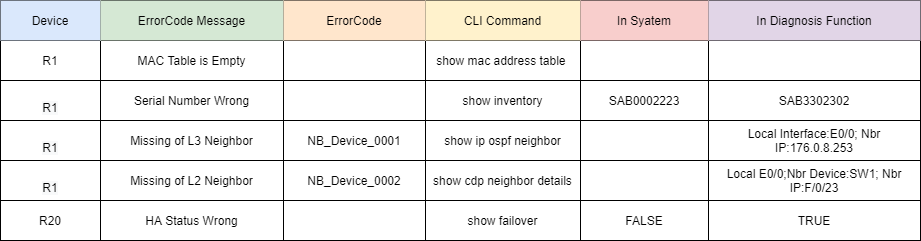
Earlier version of the draw.io export Platform Certification Guidance/images/Device Error Report.png (PlatformCertification/Certification-IEv10.0). Source tidied: cells renumbered, new cells last; positions are measured from the earlier drawing's top-left corner, leaving out a move shared by most shapes.
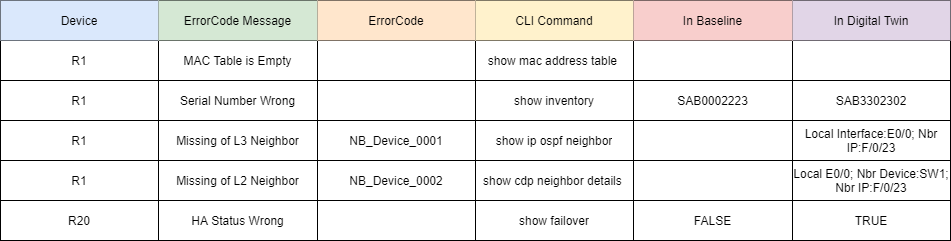
After the commit.

Commit message:
repport sample column update

The edit, as a diff of the source:
```diff
@@ -2,134 +2,134 @@
   <root>
     <mxCell id="0" />
     <mxCell id="1" parent="0" />
-    <mxCell id="2" style="shape=table;html=1;whiteSpace=wrap;startSize=0;" parent="1" vertex="1">
-      <mxGeometry width="920" height="240" as="geometry" />
-    </mxCell>
-    <mxCell id="3" style="shape=partialRectangle;html=1;whiteSpace=wrap;fillColor=none;top=0;left=0;bottom=0;right=0;" parent="2" vertex="1">
-      <mxGeometry width="920" height="40" as="geometry" />
-    </mxCell>
+    <mxCell id="45" style="shape=table;html=1;whiteSpace=wrap;startSize=0;" parent="1" vertex="1">
+      <mxGeometry x="-170" y="60" width="950" height="240" as="geometry" />
+    </mxCell>
+    <mxCell id="46" style="shape=partialRectangle;html=1;whiteSpace=wrap;fillColor=none;top=0;left=0;bottom=0;right=0;" parent="45" vertex="1">
+      <mxGeometry width="950" height="40" as="geometry" />
+    </mxCell>
-    <mxCell id="4" value="Device" style="shape=partialRectangle;html=1;whiteSpace=wrap;overflow=hidden;fillColor=#dae8fc;top=0;left=0;bottom=0;right=0;strokeColor=#6c8ebf;" parent="3" vertex="1">
-      <mxGeometry width="100" height="40" as="geometry" />
+    <mxCell id="4" value="Device" style="shape=partialRectangle;html=1;whiteSpace=wrap;overflow=hidden;fillColor=#dae8fc;top=0;left=0;bottom=0;right=0;strokeColor=#6c8ebf;" parent="46" vertex="1">
+      <mxGeometry width="158" height="40" as="geometry" />
     </mxCell>
-    <mxCell id="5" value="ErrorCode Message" style="shape=partialRectangle;html=1;whiteSpace=wrap;overflow=hidden;fillColor=#d5e8d4;top=0;left=0;bottom=0;right=0;strokeColor=#82b366;" parent="3" vertex="1">
-      <mxGeometry x="100" width="183" height="40" as="geometry" />
+    <mxCell id="5" value="ErrorCode Message" style="shape=partialRectangle;html=1;whiteSpace=wrap;overflow=hidden;fillColor=#d5e8d4;top=0;left=0;bottom=0;right=0;strokeColor=#82b366;" parent="46" vertex="1">
+      <mxGeometry x="158" width="159" height="40" as="geometry" />
     </mxCell>
-    <mxCell id="6" value="ErrorCode" style="shape=partialRectangle;html=1;whiteSpace=wrap;overflow=hidden;fillColor=#ffe6cc;top=0;left=0;bottom=0;right=0;strokeColor=#d79b00;" parent="3" vertex="1">
-      <mxGeometry x="283" width="142" height="40" as="geometry" />
+    <mxCell id="6" value="ErrorCode" style="shape=partialRectangle;html=1;whiteSpace=wrap;overflow=hidden;fillColor=#ffe6cc;top=0;left=0;bottom=0;right=0;strokeColor=#d79b00;" parent="46" vertex="1">
+      <mxGeometry x="317" width="158" height="40" as="geometry" />
     </mxCell>
-    <mxCell id="7" value="CLI Command" style="shape=partialRectangle;html=1;whiteSpace=wrap;overflow=hidden;fillColor=#fff2cc;top=0;left=0;bottom=0;right=0;strokeColor=#d6b656;" parent="3" vertex="1">
-      <mxGeometry x="425" width="155" height="40" as="geometry" />
+    <mxCell id="7" value="CLI Command" style="shape=partialRectangle;html=1;whiteSpace=wrap;overflow=hidden;fillColor=#fff2cc;top=0;left=0;bottom=0;right=0;strokeColor=#d6b656;" parent="46" vertex="1">
+      <mxGeometry x="475" width="158" height="40" as="geometry" />
     </mxCell>
-    <mxCell id="8" value="In Syatem" style="shape=partialRectangle;html=1;whiteSpace=wrap;overflow=hidden;fillColor=#f8cecc;top=0;left=0;bottom=0;right=0;strokeColor=#b85450;" parent="3" vertex="1">
-      <mxGeometry x="580" width="128" height="40" as="geometry" />
-    </mxCell>
-    <mxCell id="9" value="In Diagnosis Function" style="shape=partialRectangle;html=1;whiteSpace=wrap;overflow=hidden;fillColor=#e1d5e7;top=0;left=0;bottom=0;right=0;strokeColor=#9673a6;" parent="3" vertex="1">
-      <mxGeometry x="708" width="212" height="40" as="geometry" />
-    </mxCell>
-    <mxCell id="10" style="shape=partialRectangle;html=1;whiteSpace=wrap;fillColor=none;top=0;left=0;bottom=0;right=0;" parent="2" vertex="1">
-      <mxGeometry y="40" width="920" height="40" as="geometry" />
-    </mxCell>
-    <mxCell id="11" value="R1" style="shape=partialRectangle;html=1;whiteSpace=wrap;overflow=hidden;fillColor=none;top=0;left=0;bottom=0;right=0;" parent="10" vertex="1">
-      <mxGeometry width="100" height="40" as="geometry" />
-    </mxCell>
+    <mxCell id="47" value="In Baseline" style="shape=partialRectangle;html=1;whiteSpace=wrap;overflow=hidden;fillColor=#f8cecc;top=0;left=0;bottom=0;right=0;strokeColor=#b85450;" parent="46" vertex="1">
+      <mxGeometry x="633" width="159" height="40" as="geometry" />
+    </mxCell>
+    <mxCell id="48" value="In Digital Twin" style="shape=partialRectangle;html=1;whiteSpace=wrap;overflow=hidden;fillColor=#e1d5e7;top=0;left=0;bottom=0;right=0;strokeColor=#9673a6;" parent="46" vertex="1">
+      <mxGeometry x="792" width="158" height="40" as="geometry" />
+    </mxCell>
+    <mxCell id="49" style="shape=partialRectangle;html=1;whiteSpace=wrap;fillColor=none;top=0;left=0;bottom=0;right=0;" parent="45" vertex="1">
+      <mxGeometry y="40" width="950" height="40" as="geometry" />
+    </mxCell>
+    <mxCell id="50" value="R1" style="shape=partialRectangle;html=1;whiteSpace=wrap;overflow=hidden;fillColor=none;top=0;left=0;bottom=0;right=0;" parent="49" vertex="1">
+      <mxGeometry width="158" height="40" as="geometry" />
+    </mxCell>
-    <mxCell id="12" value="MAC Table is Empty" style="shape=partialRectangle;html=1;whiteSpace=wrap;overflow=hidden;fillColor=none;top=0;left=0;bottom=0;right=0;" parent="10" vertex="1">
-      <mxGeometry x="100" width="183" height="40" as="geometry" />
+    <mxCell id="12" value="MAC Table is Empty" style="shape=partialRectangle;html=1;whiteSpace=wrap;overflow=hidden;fillColor=none;top=0;left=0;bottom=0;right=0;" parent="49" vertex="1">
+      <mxGeometry x="158" width="159" height="40" as="geometry" />
     </mxCell>
-    <mxCell id="13" style="shape=partialRectangle;html=1;whiteSpace=wrap;overflow=hidden;fillColor=none;top=0;left=0;bottom=0;right=0;" parent="10" vertex="1">
-      <mxGeometry x="283" width="142" height="40" as="geometry" />
-    </mxCell>
+    <mxCell id="51" style="shape=partialRectangle;html=1;whiteSpace=wrap;overflow=hidden;fillColor=none;top=0;left=0;bottom=0;right=0;" parent="49" vertex="1">
+      <mxGeometry x="317" width="158" height="40" as="geometry" />
+    </mxCell>
-    <mxCell id="14" value="show mac address table&amp;nbsp;" style="shape=partialRectangle;html=1;whiteSpace=wrap;overflow=hidden;fillColor=none;top=0;left=0;bottom=0;right=0;" parent="10" vertex="1">
-      <mxGeometry x="425" width="155" height="40" as="geometry" />
+    <mxCell id="14" value="show mac address table&amp;nbsp;" style="shape=partialRectangle;html=1;whiteSpace=wrap;overflow=hidden;fillColor=none;top=0;left=0;bottom=0;right=0;" parent="49" vertex="1">
+      <mxGeometry x="475" width="158" height="40" as="geometry" />
     </mxCell>
-    <mxCell id="15" style="shape=partialRectangle;html=1;whiteSpace=wrap;overflow=hidden;fillColor=none;top=0;left=0;bottom=0;right=0;" parent="10" vertex="1">
-      <mxGeometry x="580" width="128" height="40" as="geometry" />
-    </mxCell>
-    <mxCell id="16" style="shape=partialRectangle;html=1;whiteSpace=wrap;overflow=hidden;fillColor=none;top=0;left=0;bottom=0;right=0;" parent="10" vertex="1">
-      <mxGeometry x="708" width="212" height="40" as="geometry" />
-    </mxCell>
-    <mxCell id="17" style="shape=partialRectangle;html=1;whiteSpace=wrap;fillColor=none;top=0;left=0;bottom=0;right=0;" parent="2" vertex="1">
-      <mxGeometry y="80" width="920" height="40" as="geometry" />
-    </mxCell>
-    <mxCell id="18" value="&lt;br&gt;&lt;span style=&quot;color: rgb(0 , 0 , 0) ; font-family: &amp;#34;helvetica&amp;#34; ; font-size: 12px ; font-style: normal ; font-weight: 400 ; letter-spacing: normal ; text-align: center ; text-indent: 0px ; text-transform: none ; word-spacing: 0px ; background-color: rgb(248 , 249 , 250) ; display: inline ; float: none&quot;&gt;R1&lt;/span&gt;&lt;br&gt;" style="shape=partialRectangle;html=1;whiteSpace=wrap;overflow=hidden;fillColor=none;top=0;left=0;bottom=0;right=0;" parent="17" vertex="1">
-      <mxGeometry width="100" height="40" as="geometry" />
-    </mxCell>
+    <mxCell id="52" style="shape=partialRectangle;html=1;whiteSpace=wrap;overflow=hidden;fillColor=none;top=0;left=0;bottom=0;right=0;" parent="49" vertex="1">
+      <mxGeometry x="633" width="159" height="40" as="geometry" />
+    </mxCell>
+    <mxCell id="53" style="shape=partialRectangle;html=1;whiteSpace=wrap;overflow=hidden;fillColor=none;top=0;left=0;bottom=0;right=0;" parent="49" vertex="1">
+      <mxGeometry x="792" width="158" height="40" as="geometry" />
+    </mxCell>
+    <mxCell id="54" style="shape=partialRectangle;html=1;whiteSpace=wrap;fillColor=none;top=0;left=0;bottom=0;right=0;" parent="45" vertex="1">
+      <mxGeometry y="80" width="950" height="40" as="geometry" />
+    </mxCell>
+    <mxCell id="55" value="R1" style="shape=partialRectangle;html=1;whiteSpace=wrap;overflow=hidden;fillColor=none;top=0;left=0;bottom=0;right=0;" parent="54" vertex="1">
+      <mxGeometry width="158" height="40" as="geometry" />
+    </mxCell>
-    <mxCell id="19" value="Serial Number Wrong" style="shape=partialRectangle;html=1;whiteSpace=wrap;overflow=hidden;fillColor=none;top=0;left=0;bottom=0;right=0;" parent="17" vertex="1">
-      <mxGeometry x="100" width="183" height="40" as="geometry" />
+    <mxCell id="19" value="Serial Number Wrong" style="shape=partialRectangle;html=1;whiteSpace=wrap;overflow=hidden;fillColor=none;top=0;left=0;bottom=0;right=0;" parent="54" vertex="1">
+      <mxGeometry x="158" width="159" height="40" as="geometry" />
     </mxCell>
-    <mxCell id="20" style="shape=partialRectangle;html=1;whiteSpace=wrap;overflow=hidden;fillColor=none;top=0;left=0;bottom=0;right=0;" parent="17" vertex="1">
-      <mxGeometry x="283" width="142" height="40" as="geometry" />
-    </mxCell>
+    <mxCell id="56" style="shape=partialRectangle;html=1;whiteSpace=wrap;overflow=hidden;fillColor=none;top=0;left=0;bottom=0;right=0;" parent="54" vertex="1">
+      <mxGeometry x="317" width="158" height="40" as="geometry" />
+    </mxCell>
-    <mxCell id="21" value="show inventory" style="shape=partialRectangle;html=1;whiteSpace=wrap;overflow=hidden;fillColor=none;top=0;left=0;bottom=0;right=0;" parent="17" vertex="1">
-      <mxGeometry x="425" width="155" height="40" as="geometry" />
+    <mxCell id="21" value="show inventory" style="shape=partialRectangle;html=1;whiteSpace=wrap;overflow=hidden;fillColor=none;top=0;left=0;bottom=0;right=0;" parent="54" vertex="1">
+      <mxGeometry x="475" width="158" height="40" as="geometry" />
     </mxCell>
-    <mxCell id="22" value="SAB0002223" style="shape=partialRectangle;html=1;whiteSpace=wrap;overflow=hidden;fillColor=none;top=0;left=0;bottom=0;right=0;" parent="17" vertex="1">
-      <mxGeometry x="580" width="128" height="40" as="geometry" />
+    <mxCell id="22" value="SAB0002223" style="shape=partialRectangle;html=1;whiteSpace=wrap;overflow=hidden;fillColor=none;top=0;left=0;bottom=0;right=0;" parent="54" vertex="1">
+      <mxGeometry x="633" width="159" height="40" as="geometry" />
     </mxCell>
-    <mxCell id="23" value="SAB3302302" style="shape=partialRectangle;html=1;whiteSpace=wrap;overflow=hidden;fillColor=none;top=0;left=0;bottom=0;right=0;" parent="17" vertex="1">
-      <mxGeometry x="708" width="212" height="40" as="geometry" />
+    <mxCell id="23" value="SAB3302302" style="shape=partialRectangle;html=1;whiteSpace=wrap;overflow=hidden;fillColor=none;top=0;left=0;bottom=0;right=0;" parent="54" vertex="1">
+      <mxGeometry x="792" width="158" height="40" as="geometry" />
     </mxCell>
-    <mxCell id="24" style="shape=partialRectangle;html=1;whiteSpace=wrap;fillColor=none;top=0;left=0;bottom=0;right=0;" parent="2" vertex="1">
-      <mxGeometry y="120" width="920" height="40" as="geometry" />
-    </mxCell>
-    <mxCell id="25" value="&lt;br&gt;&lt;span style=&quot;color: rgb(0 , 0 , 0) ; font-family: &amp;#34;helvetica&amp;#34; ; font-size: 12px ; font-style: normal ; font-weight: 400 ; letter-spacing: normal ; text-align: center ; text-indent: 0px ; text-transform: none ; word-spacing: 0px ; background-color: rgb(248 , 249 , 250) ; display: inline ; float: none&quot;&gt;R1&lt;/span&gt;&lt;br&gt;" style="shape=partialRectangle;html=1;whiteSpace=wrap;overflow=hidden;fillColor=none;top=0;left=0;bottom=0;right=0;" parent="24" vertex="1">
-      <mxGeometry width="100" height="40" as="geometry" />
-    </mxCell>
+    <mxCell id="57" style="shape=partialRectangle;html=1;whiteSpace=wrap;fillColor=none;top=0;left=0;bottom=0;right=0;" parent="45" vertex="1">
+      <mxGeometry y="120" width="950" height="40" as="geometry" />
+    </mxCell>
+    <mxCell id="58" value="R1" style="shape=partialRectangle;html=1;whiteSpace=wrap;overflow=hidden;fillColor=none;top=0;left=0;bottom=0;right=0;" parent="57" vertex="1">
+      <mxGeometry width="158" height="40" as="geometry" />
+    </mxCell>
-    <mxCell id="26" value="Missing of L3 Neighbor" style="shape=partialRectangle;html=1;whiteSpace=wrap;overflow=hidden;fillColor=none;top=0;left=0;bottom=0;right=0;" parent="24" vertex="1">
-      <mxGeometry x="100" width="183" height="40" as="geometry" />
+    <mxCell id="26" value="Missing of L3 Neighbor" style="shape=partialRectangle;html=1;whiteSpace=wrap;overflow=hidden;fillColor=none;top=0;left=0;bottom=0;right=0;" parent="57" vertex="1">
+      <mxGeometry x="158" width="159" height="40" as="geometry" />
     </mxCell>
-    <mxCell id="27" value="NB_Device_0001" style="shape=partialRectangle;html=1;whiteSpace=wrap;overflow=hidden;fillColor=none;top=0;left=0;bottom=0;right=0;" parent="24" vertex="1">
-      <mxGeometry x="283" width="142" height="40" as="geometry" />
+    <mxCell id="27" value="NB_Device_0001" style="shape=partialRectangle;html=1;whiteSpace=wrap;overflow=hidden;fillColor=none;top=0;left=0;bottom=0;right=0;" parent="57" vertex="1">
+      <mxGeometry x="317" width="158" height="40" as="geometry" />
     </mxCell>
-    <mxCell id="28" value="show ip ospf neighbor" style="shape=partialRectangle;html=1;whiteSpace=wrap;overflow=hidden;fillColor=none;top=0;left=0;bottom=0;right=0;" parent="24" vertex="1">
-      <mxGeometry x="425" width="155" height="40" as="geometry" />
+    <mxCell id="28" value="show ip ospf neighbor" style="shape=partialRectangle;html=1;whiteSpace=wrap;overflow=hidden;fillColor=none;top=0;left=0;bottom=0;right=0;" parent="57" vertex="1">
+      <mxGeometry x="475" width="158" height="40" as="geometry" />
     </mxCell>
-    <mxCell id="29" style="shape=partialRectangle;html=1;whiteSpace=wrap;overflow=hidden;fillColor=none;top=0;left=0;bottom=0;right=0;" parent="24" vertex="1">
-      <mxGeometry x="580" width="128" height="40" as="geometry" />
-    </mxCell>
-    <mxCell id="30" value="Local Interface:E0/0; Nbr IP:176.0.8.253" style="shape=partialRectangle;html=1;whiteSpace=wrap;overflow=hidden;fillColor=none;top=0;left=0;bottom=0;right=0;" parent="24" vertex="1">
-      <mxGeometry x="708" width="212" height="40" as="geometry" />
-    </mxCell>
-    <mxCell id="31" style="shape=partialRectangle;html=1;whiteSpace=wrap;fillColor=none;top=0;left=0;bottom=0;right=0;" parent="2" vertex="1">
-      <mxGeometry y="160" width="920" height="40" as="geometry" />
-    </mxCell>
-    <mxCell id="32" value="&lt;br&gt;&lt;span style=&quot;color: rgb(0 , 0 , 0) ; font-family: &amp;#34;helvetica&amp;#34; ; font-size: 12px ; font-style: normal ; font-weight: 400 ; letter-spacing: normal ; text-align: center ; text-indent: 0px ; text-transform: none ; word-spacing: 0px ; background-color: rgb(248 , 249 , 250) ; display: inline ; float: none&quot;&gt;R1&lt;/span&gt;&lt;br&gt;" style="shape=partialRectangle;html=1;whiteSpace=wrap;overflow=hidden;fillColor=none;top=0;left=0;bottom=0;right=0;" parent="31" vertex="1">
-      <mxGeometry width="100" height="40" as="geometry" />
-    </mxCell>
+    <mxCell id="59" style="shape=partialRectangle;html=1;whiteSpace=wrap;overflow=hidden;fillColor=none;top=0;left=0;bottom=0;right=0;" parent="57" vertex="1">
+      <mxGeometry x="633" width="159" height="40" as="geometry" />
+    </mxCell>
+    <mxCell id="60" value="Local Interface:E0/0; Nbr IP:F/0/23" style="shape=partialRectangle;html=1;whiteSpace=wrap;overflow=hidden;fillColor=none;top=0;left=0;bottom=0;right=0;" parent="57" vertex="1">
+      <mxGeometry x="792" width="158" height="40" as="geometry" />
+    </mxCell>
+    <mxCell id="61" style="shape=partialRectangle;html=1;whiteSpace=wrap;fillColor=none;top=0;left=0;bottom=0;right=0;" parent="45" vertex="1">
+      <mxGeometry y="160" width="950" height="40" as="geometry" />
+    </mxCell>
+    <mxCell id="62" value="R1" style="shape=partialRectangle;html=1;whiteSpace=wrap;overflow=hidden;fillColor=none;top=0;left=0;bottom=0;right=0;" parent="61" vertex="1">
+      <mxGeometry width="158" height="40" as="geometry" />
+    </mxCell>
-    <mxCell id="33" value="Missing of L2 Neighbor" style="shape=partialRectangle;html=1;whiteSpace=wrap;overflow=hidden;fillColor=none;top=0;left=0;bottom=0;right=0;" parent="31" vertex="1">
-      <mxGeometry x="100" width="183" height="40" as="geometry" />
+    <mxCell id="33" value="Missing of L2 Neighbor" style="shape=partialRectangle;html=1;whiteSpace=wrap;overflow=hidden;fillColor=none;top=0;left=0;bottom=0;right=0;" parent="61" vertex="1">
+      <mxGeometry x="158" width="159" height="40" as="geometry" />
     </mxCell>
-    <mxCell id="34" value="NB_Device_0002" style="shape=partialRectangle;html=1;whiteSpace=wrap;overflow=hidden;fillColor=none;top=0;left=0;bottom=0;right=0;" parent="31" vertex="1">
-      <mxGeometry x="283" width="142" height="40" as="geometry" />
+    <mxCell id="34" value="NB_Device_0002" style="shape=partialRectangle;html=1;whiteSpace=wrap;overflow=hidden;fillColor=none;top=0;left=0;bottom=0;right=0;" parent="61" vertex="1">
+      <mxGeometry x="317" width="158" height="40" as="geometry" />
     </mxCell>
-    <mxCell id="35" value="show cdp neighbor details" style="shape=partialRectangle;html=1;whiteSpace=wrap;overflow=hidden;fillColor=none;top=0;left=0;bottom=0;right=0;" parent="31" vertex="1">
-      <mxGeometry x="425" width="155" height="40" as="geometry" />
+    <mxCell id="35" value="show cdp neighbor details&amp;nbsp;" style="shape=partialRectangle;html=1;whiteSpace=wrap;overflow=hidden;fillColor=none;top=0;left=0;bottom=0;right=0;" parent="61" vertex="1">
+      <mxGeometry x="475" width="158" height="40" as="geometry" />
     </mxCell>
-    <mxCell id="36" style="shape=partialRectangle;html=1;whiteSpace=wrap;overflow=hidden;fillColor=none;top=0;left=0;bottom=0;right=0;" parent="31" vertex="1">
-      <mxGeometry x="580" width="128" height="40" as="geometry" />
-    </mxCell>
-    <mxCell id="37" value="Local E0/0;Nbr Device:SW1; Nbr IP:F/0/23" style="shape=partialRectangle;html=1;whiteSpace=wrap;overflow=hidden;fillColor=none;top=0;left=0;bottom=0;right=0;" parent="31" vertex="1">
-      <mxGeometry x="708" width="212" height="40" as="geometry" />
-    </mxCell>
-    <mxCell id="38" style="shape=partialRectangle;html=1;whiteSpace=wrap;fillColor=none;top=0;left=0;bottom=0;right=0;" parent="2" vertex="1">
-      <mxGeometry y="200" width="920" height="40" as="geometry" />
-    </mxCell>
+    <mxCell id="63" style="shape=partialRectangle;html=1;whiteSpace=wrap;overflow=hidden;fillColor=none;top=0;left=0;bottom=0;right=0;" parent="61" vertex="1">
+      <mxGeometry x="633" width="159" height="40" as="geometry" />
+    </mxCell>
+    <mxCell id="64" value="Local E0/0; Nbr Device:SW1; Nbr IP:F/0/23" style="shape=partialRectangle;html=1;whiteSpace=wrap;overflow=hidden;fillColor=none;top=0;left=0;bottom=0;right=0;" parent="61" vertex="1">
+      <mxGeometry x="792" width="158" height="40" as="geometry" />
+    </mxCell>
+    <mxCell id="65" style="shape=partialRectangle;html=1;whiteSpace=wrap;fillColor=none;top=0;left=0;bottom=0;right=0;" parent="45" vertex="1">
+      <mxGeometry y="200" width="950" height="40" as="geometry" />
+    </mxCell>
-    <mxCell id="39" value="R20" style="shape=partialRectangle;html=1;whiteSpace=wrap;overflow=hidden;fillColor=none;top=0;left=0;bottom=0;right=0;" parent="38" vertex="1">
-      <mxGeometry width="100" height="40" as="geometry" />
+    <mxCell id="39" value="R20" style="shape=partialRectangle;html=1;whiteSpace=wrap;overflow=hidden;fillColor=none;top=0;left=0;bottom=0;right=0;" parent="65" vertex="1">
+      <mxGeometry width="158" height="40" as="geometry" />
     </mxCell>
-    <mxCell id="40" value="HA Status Wrong" style="shape=partialRectangle;html=1;whiteSpace=wrap;overflow=hidden;fillColor=none;top=0;left=0;bottom=0;right=0;" parent="38" vertex="1">
-      <mxGeometry x="100" width="183" height="40" as="geometry" />
+    <mxCell id="40" value="HA Status Wrong" style="shape=partialRectangle;html=1;whiteSpace=wrap;overflow=hidden;fillColor=none;top=0;left=0;bottom=0;right=0;" parent="65" vertex="1">
+      <mxGeometry x="158" width="159" height="40" as="geometry" />
     </mxCell>
-    <mxCell id="41" style="shape=partialRectangle;html=1;whiteSpace=wrap;overflow=hidden;fillColor=none;top=0;left=0;bottom=0;right=0;" parent="38" vertex="1">
-      <mxGeometry x="283" width="142" height="40" as="geometry" />
-    </mxCell>
+    <mxCell id="66" style="shape=partialRectangle;html=1;whiteSpace=wrap;overflow=hidden;fillColor=none;top=0;left=0;bottom=0;right=0;" parent="65" vertex="1">
+      <mxGeometry x="317" width="158" height="40" as="geometry" />
+    </mxCell>
-    <mxCell id="42" value="show failover" style="shape=partialRectangle;html=1;whiteSpace=wrap;overflow=hidden;fillColor=none;top=0;left=0;bottom=0;right=0;" parent="38" vertex="1">
-      <mxGeometry x="425" width="155" height="40" as="geometry" />
+    <mxCell id="42" value="show failover" style="shape=partialRectangle;html=1;whiteSpace=wrap;overflow=hidden;fillColor=none;top=0;left=0;bottom=0;right=0;" parent="65" vertex="1">
+      <mxGeometry x="475" width="158" height="40" as="geometry" />
     </mxCell>
-    <mxCell id="43" value="FALSE" style="shape=partialRectangle;html=1;whiteSpace=wrap;overflow=hidden;fillColor=none;top=0;left=0;bottom=0;right=0;" parent="38" vertex="1">
-      <mxGeometry x="580" width="128" height="40" as="geometry" />
+    <mxCell id="43" value="FALSE" style="shape=partialRectangle;html=1;whiteSpace=wrap;overflow=hidden;fillColor=none;top=0;left=0;bottom=0;right=0;" parent="65" vertex="1">
+      <mxGeometry x="633" width="159" height="40" as="geometry" />
     </mxCell>
-    <mxCell id="44" value="TRUE" style="shape=partialRectangle;html=1;whiteSpace=wrap;overflow=hidden;fillColor=none;top=0;left=0;bottom=0;right=0;" parent="38" vertex="1">
-      <mxGeometry x="708" width="212" height="40" as="geometry" />
+    <mxCell id="44" value="TRUE" style="shape=partialRectangle;html=1;whiteSpace=wrap;overflow=hidden;fillColor=none;top=0;left=0;bottom=0;right=0;" parent="65" vertex="1">
+      <mxGeometry x="792" width="158" height="40" as="geometry" />
     </mxCell>
   </root>
 </mxGraphModel>
```
